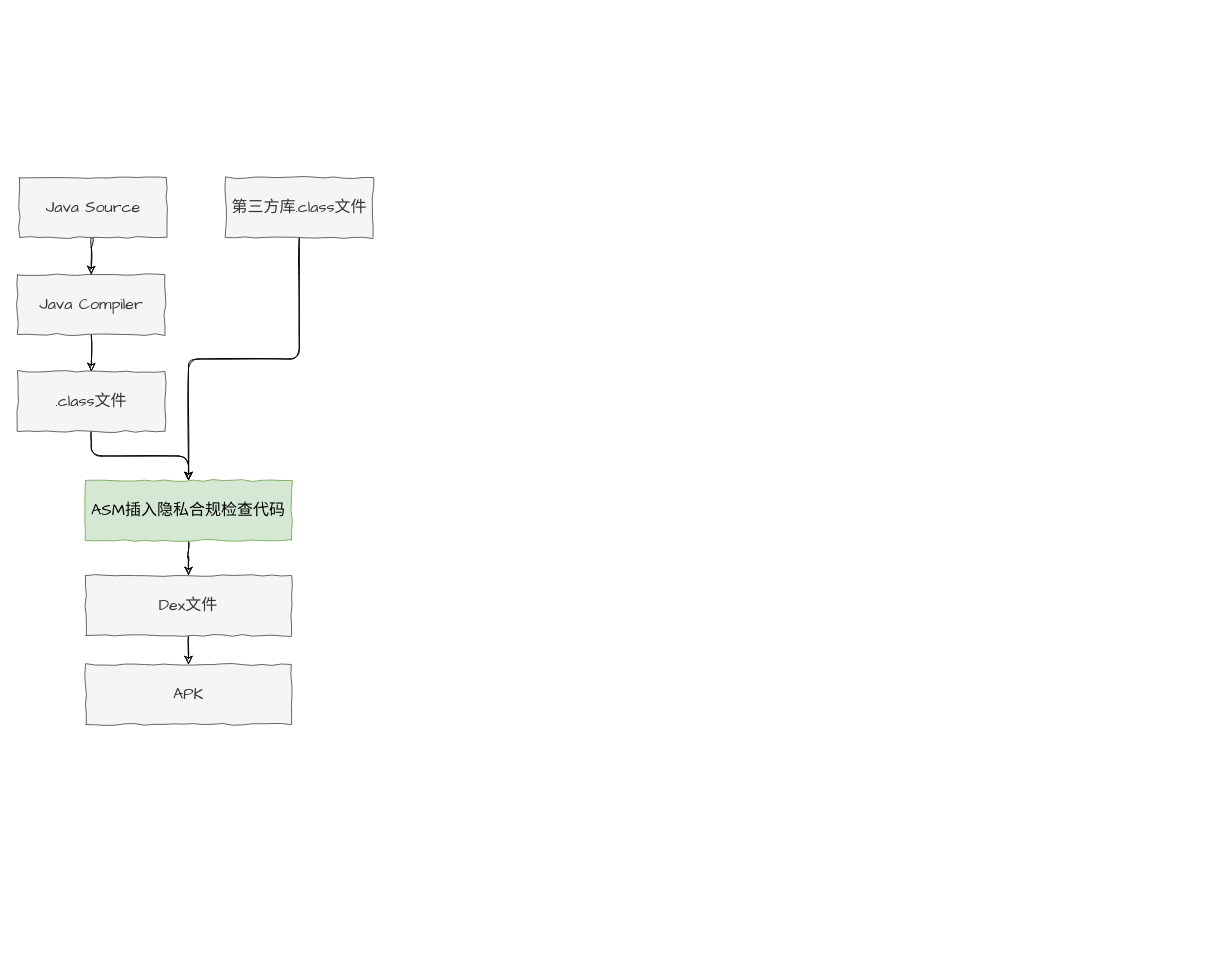
Earlier version of the draw.io diagram AMS.drawio (TryLoveCatch/charts). Source tidied: cells renumbered, new cells numbered last; positions are measured from the earlier drawing's top-left corner, leaving out a move shared by most shapes. Both pictures are drawn from the tidied source at 100%, with x=0, y=0 at pixel (17, 177).
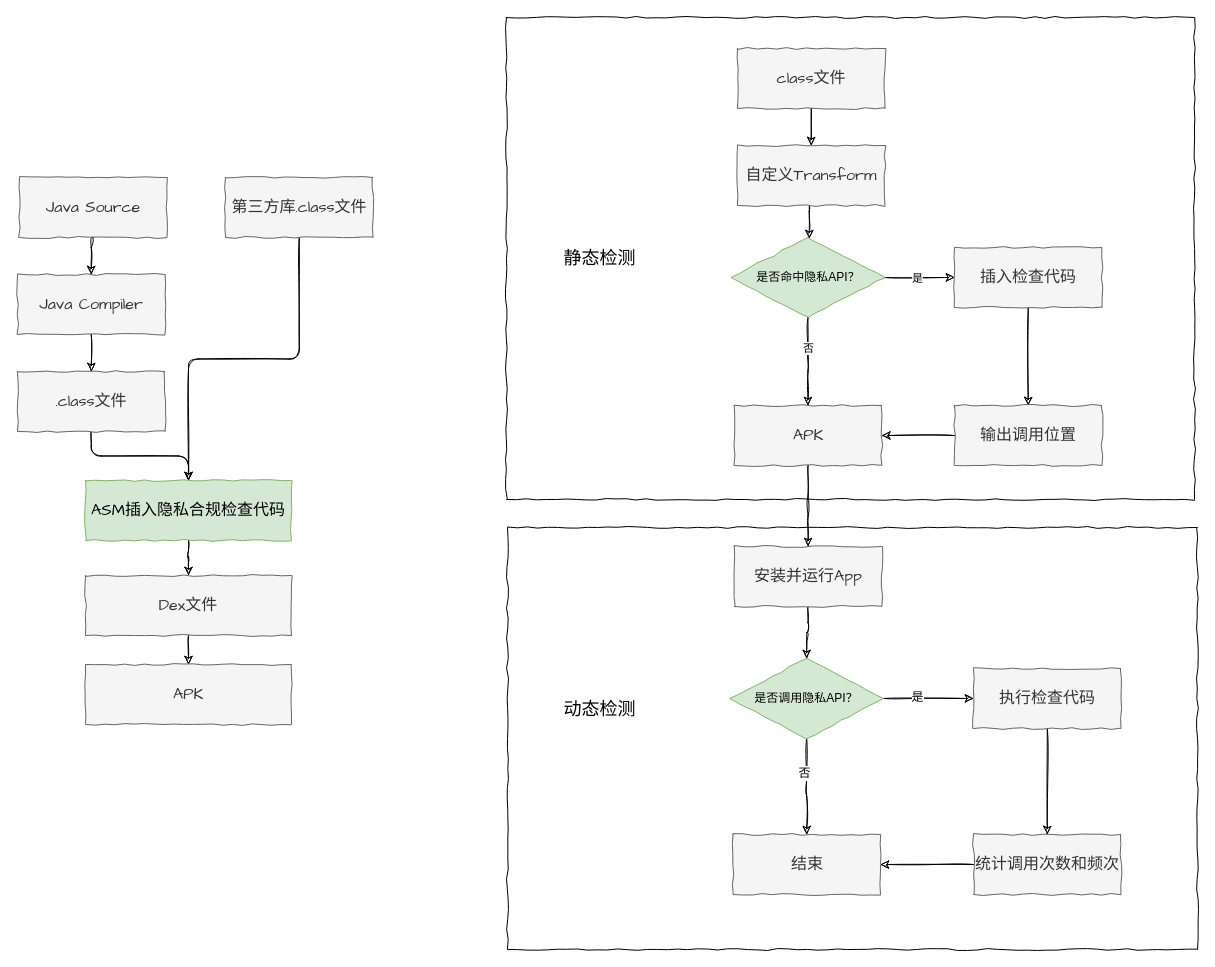
After the change.

Change to the diagram source:
```diff
@@
+    <mxCell id="15" style="rounded=0;whiteSpace=wrap;html=1;shadow=0;glass=0;comic=1;sketch=0;" parent="1" vertex="1">
+      <mxGeometry x="490" y="350" width="690" height="422" as="geometry" />
+    </mxCell>
+    <mxCell id="16" style="rounded=0;whiteSpace=wrap;html=1;shadow=0;glass=0;comic=1;sketch=0;" parent="1" vertex="1">
+      <mxGeometry x="489" y="-160" width="688" height="482" as="geometry" />
+    </mxCell>
@@
+    <mxCell id="17" style="edgeStyle=orthogonalEdgeStyle;orthogonalLoop=1;jettySize=auto;html=1;exitX=0.5;exitY=1;exitDx=0;exitDy=0;entryX=0.5;entryY=0;entryDx=0;entryDy=0;sketch=1;rounded=1;" parent="1" edge="1">
+      <mxGeometry relative="1" as="geometry">
+        <mxPoint x="793.8" y="24" as="sourcePoint" />
+        <mxPoint x="791.8" y="61" as="targetPoint" />
+      </mxGeometry>
+    </mxCell>
+    <mxCell id="18" value="自定义Transform" style="rounded=0;whiteSpace=wrap;html=1;comic=1;fontSize=16;fontFamily=Comic Sans MS;fillColor=#f5f5f5;strokeColor=#666666;glass=0;sketch=0;shadow=0;fontColor=#333333;" parent="1" vertex="1">
+      <mxGeometry x="720" y="-32" width="147.5" height="60" as="geometry" />
+    </mxCell>
+    <mxCell id="19" style="edgeStyle=orthogonalEdgeStyle;rounded=1;sketch=1;jettySize=auto;html=1;exitX=0.5;exitY=1;exitDx=0;exitDy=0;fontSize=18;" parent="1" edge="1" source="20" target="31">
+      <mxGeometry relative="1" as="geometry" />
+    </mxCell>
+    <mxCell id="20" value="APK" style="rounded=0;whiteSpace=wrap;html=1;comic=1;fontSize=16;fontFamily=Comic Sans MS;fillColor=#f5f5f5;strokeColor=#666666;glass=0;sketch=0;shadow=0;fontColor=#333333;" parent="1" vertex="1">
+      <mxGeometry x="716.8" y="228" width="147.5" height="60" as="geometry" />
+    </mxCell>
+    <mxCell id="21" style="edgeStyle=orthogonalEdgeStyle;rounded=1;sketch=1;jettySize=auto;html=1;exitX=0.5;exitY=1;exitDx=0;exitDy=0;entryX=0.5;entryY=0;entryDx=0;entryDy=0;" parent="1" edge="1" source="22" target="18">
+      <mxGeometry relative="1" as="geometry" />
+    </mxCell>
+    <mxCell id="22" value="class文件" style="rounded=0;whiteSpace=wrap;html=1;comic=1;fontSize=16;fontFamily=Comic Sans MS;fillColor=#f5f5f5;strokeColor=#666666;glass=0;sketch=0;shadow=0;fontColor=#333333;" parent="1" vertex="1">
+      <mxGeometry x="720" y="-129" width="147.5" height="60" as="geometry" />
+    </mxCell>
+    <mxCell id="23" style="edgeStyle=orthogonalEdgeStyle;rounded=1;sketch=1;jettySize=auto;html=1;exitX=0.5;exitY=1;exitDx=0;exitDy=0;entryX=0.5;entryY=0;entryDx=0;entryDy=0;" parent="1" edge="1" source="27" target="20">
+      <mxGeometry relative="1" as="geometry" />
+    </mxCell>
+    <mxCell id="24" value="否" style="edgeLabel;html=1;align=center;verticalAlign=middle;" parent="23" vertex="1">
+      <mxGeometry x="-0.31" relative="1" as="geometry" />
+    </mxCell>
+    <mxCell id="25" style="edgeStyle=orthogonalEdgeStyle;rounded=1;sketch=1;jettySize=auto;html=1;exitX=1;exitY=0.5;exitDx=0;exitDy=0;entryX=0;entryY=0.5;entryDx=0;entryDy=0;" parent="1" edge="1" source="27" target="29">
+      <mxGeometry relative="1" as="geometry" />
+    </mxCell>
+    <mxCell id="26" value="是" style="edgeLabel;html=1;align=center;verticalAlign=middle;" parent="25" vertex="1">
+      <mxGeometry x="-0.08" y="1" relative="1" as="geometry">
+        <mxPoint y="1" as="offset" />
+      </mxGeometry>
+    </mxCell>
+    <mxCell id="27" value="是否命中隐私API？" style="rhombus;whiteSpace=wrap;html=1;rounded=0;shadow=0;glass=0;sketch=0;comic=1;fillColor=#d5e8d4;strokeColor=#82b366;" parent="1" vertex="1">
+      <mxGeometry x="713.5" y="60" width="154" height="80" as="geometry" />
+    </mxCell>
+    <mxCell id="28" style="edgeStyle=orthogonalEdgeStyle;rounded=1;sketch=1;jettySize=auto;html=1;exitX=0.5;exitY=1;exitDx=0;exitDy=0;entryX=0.5;entryY=0;entryDx=0;entryDy=0;fontSize=18;" parent="1" edge="1" source="29" target="43">
+      <mxGeometry relative="1" as="geometry" />
+    </mxCell>
+    <mxCell id="29" value="插入检查代码" style="rounded=0;whiteSpace=wrap;html=1;comic=1;fontSize=16;fontFamily=Comic Sans MS;fillColor=#f5f5f5;strokeColor=#666666;glass=0;sketch=0;shadow=0;fontColor=#333333;" parent="1" vertex="1">
+      <mxGeometry x="937" y="70" width="147.5" height="60" as="geometry" />
+    </mxCell>
+    <mxCell id="30" style="edgeStyle=orthogonalEdgeStyle;rounded=1;sketch=1;jettySize=auto;html=1;exitX=0.5;exitY=1;exitDx=0;exitDy=0;entryX=0.5;entryY=0;entryDx=0;entryDy=0;fontSize=18;" parent="1" edge="1" source="31" target="37">
+      <mxGeometry relative="1" as="geometry" />
+    </mxCell>
+    <mxCell id="31" value="安装并运行App" style="rounded=0;whiteSpace=wrap;html=1;comic=1;fontSize=16;fontFamily=Comic Sans MS;fillColor=#f5f5f5;strokeColor=#666666;glass=0;sketch=0;shadow=0;fontColor=#333333;" parent="1" vertex="1">
+      <mxGeometry x="716.8" y="369" width="147.5" height="60" as="geometry" />
+    </mxCell>
+    <mxCell id="32" value="结束" style="rounded=0;whiteSpace=wrap;html=1;comic=1;fontSize=16;fontFamily=Comic Sans MS;fillColor=#f5f5f5;strokeColor=#666666;glass=0;sketch=0;shadow=0;fontColor=#333333;" parent="1" vertex="1">
+      <mxGeometry x="715.5" y="657" width="147.5" height="60" as="geometry" />
+    </mxCell>
+    <mxCell id="33" style="edgeStyle=orthogonalEdgeStyle;rounded=1;sketch=1;jettySize=auto;html=1;exitX=0.5;exitY=1;exitDx=0;exitDy=0;entryX=0.5;entryY=0;entryDx=0;entryDy=0;fontSize=18;" parent="1" edge="1" source="37" target="32">
+      <mxGeometry relative="1" as="geometry" />
+    </mxCell>
+    <mxCell id="34" value="否" style="edgeLabel;html=1;align=center;verticalAlign=middle;fontSize=12;" parent="33" vertex="1">
+      <mxGeometry x="-0.29" y="-3" relative="1" as="geometry" />
+    </mxCell>
+    <mxCell id="35" style="edgeStyle=orthogonalEdgeStyle;rounded=1;sketch=1;jettySize=auto;html=1;exitX=1;exitY=0.5;exitDx=0;exitDy=0;entryX=0;entryY=0.5;entryDx=0;entryDy=0;fontSize=18;" parent="1" edge="1" source="37" target="39">
+      <mxGeometry relative="1" as="geometry" />
+    </mxCell>
+    <mxCell id="36" value="是" style="edgeLabel;html=1;align=center;verticalAlign=middle;fontSize=12;" parent="35" vertex="1">
+      <mxGeometry x="-0.26" y="2" relative="1" as="geometry" />
+    </mxCell>
+    <mxCell id="37" value="是否调用隐私API？" style="rhombus;whiteSpace=wrap;html=1;rounded=0;shadow=0;glass=0;sketch=0;comic=1;fillColor=#d5e8d4;strokeColor=#82b366;" parent="1" vertex="1">
+      <mxGeometry x="712.2" y="481" width="154" height="80" as="geometry" />
+    </mxCell>
+    <mxCell id="38" style="edgeStyle=orthogonalEdgeStyle;rounded=1;sketch=1;jettySize=auto;html=1;exitX=0.5;exitY=1;exitDx=0;exitDy=0;entryX=0.5;entryY=0;entryDx=0;entryDy=0;fontSize=12;" parent="1" edge="1" source="39" target="45">
+      <mxGeometry relative="1" as="geometry" />
+    </mxCell>
+    <mxCell id="39" value="执行检查代码" style="rounded=0;whiteSpace=wrap;html=1;comic=1;fontSize=16;fontFamily=Comic Sans MS;fillColor=#f5f5f5;strokeColor=#666666;glass=0;sketch=0;shadow=0;fontColor=#333333;" parent="1" vertex="1">
+      <mxGeometry x="956" y="491" width="147.5" height="60" as="geometry" />
+    </mxCell>
+    <mxCell id="40" value="&lt;font style=&quot;font-size: 18px;&quot;&gt;静态检测&lt;/font&gt;" style="text;html=1;strokeColor=none;fillColor=none;align=center;verticalAlign=middle;whiteSpace=wrap;rounded=0;shadow=0;glass=0;comic=1;sketch=0;" parent="1" vertex="1">
+      <mxGeometry x="512" y="66" width="141" height="30" as="geometry" />
+    </mxCell>
+    <mxCell id="41" value="&lt;font style=&quot;font-size: 18px;&quot;&gt;动态检测&lt;/font&gt;" style="text;html=1;strokeColor=none;fillColor=none;align=center;verticalAlign=middle;whiteSpace=wrap;rounded=0;shadow=0;glass=0;comic=1;sketch=0;" parent="1" vertex="1">
+      <mxGeometry x="512" y="517" width="141" height="30" as="geometry" />
+    </mxCell>
+    <mxCell id="42" style="edgeStyle=orthogonalEdgeStyle;rounded=1;sketch=1;jettySize=auto;html=1;exitX=0;exitY=0.5;exitDx=0;exitDy=0;entryX=1;entryY=0.5;entryDx=0;entryDy=0;fontSize=18;" parent="1" edge="1" source="43" target="20">
+      <mxGeometry relative="1" as="geometry" />
+    </mxCell>
+    <mxCell id="43" value="输出调用位置" style="rounded=0;whiteSpace=wrap;html=1;comic=1;fontSize=16;fontFamily=Comic Sans MS;fillColor=#f5f5f5;strokeColor=#666666;glass=0;sketch=0;shadow=0;fontColor=#333333;" parent="1" vertex="1">
+      <mxGeometry x="937" y="228" width="147.5" height="60" as="geometry" />
+    </mxCell>
+    <mxCell id="44" style="edgeStyle=orthogonalEdgeStyle;rounded=1;sketch=1;jettySize=auto;html=1;exitX=0;exitY=0.5;exitDx=0;exitDy=0;entryX=1;entryY=0.5;entryDx=0;entryDy=0;fontSize=12;" parent="1" edge="1" source="45" target="32">
+      <mxGeometry relative="1" as="geometry" />
+    </mxCell>
+    <mxCell id="45" value="统计调用次数和频次" style="rounded=0;whiteSpace=wrap;html=1;comic=1;fontSize=16;fontFamily=Comic Sans MS;fillColor=#f5f5f5;strokeColor=#666666;glass=0;sketch=0;shadow=0;fontColor=#333333;" parent="1" vertex="1">
+      <mxGeometry x="956" y="657" width="147.5" height="60" as="geometry" />
+    </mxCell>
```
